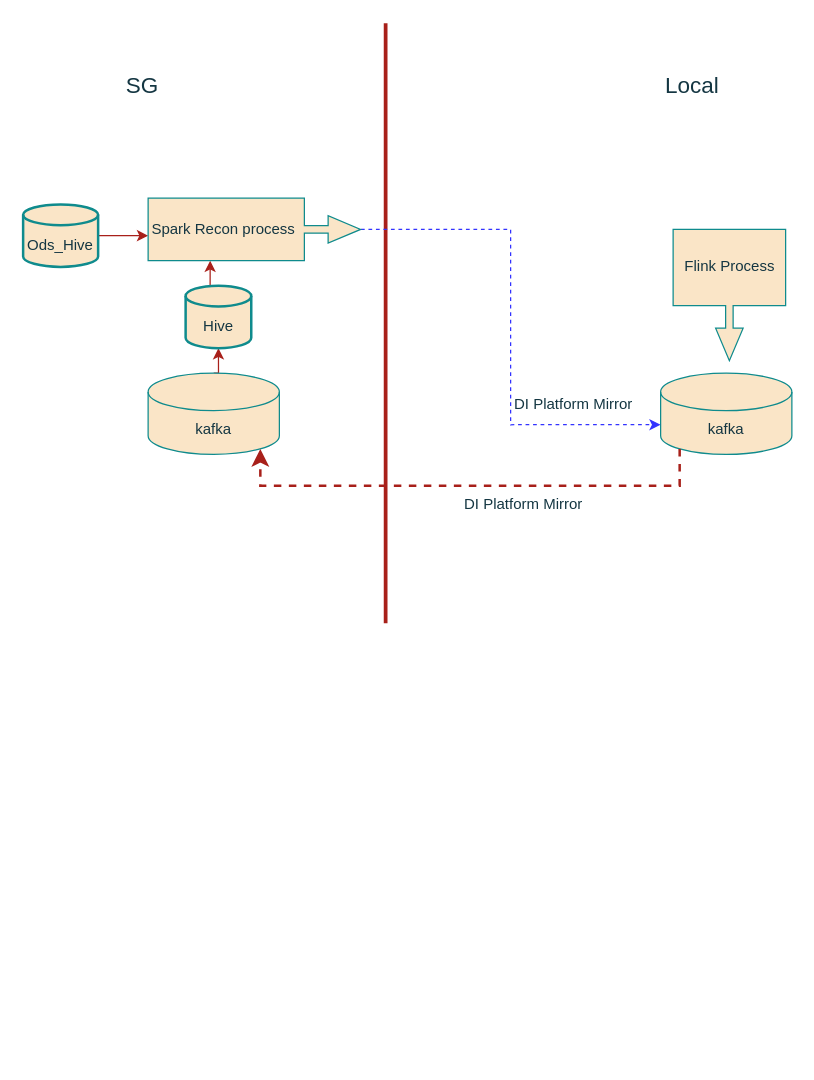
Above: 未命名绘图.drawio in LadyTao/learn (draw.io), before the change. Source tidied: cells renumbered, new cells numbered last; positions are measured from the earlier drawing's top-left corner, leaving out a move shared by most shapes. Both pictures are drawn from the tidied source at 125%, with x=0, y=0 at pixel (22, 22).
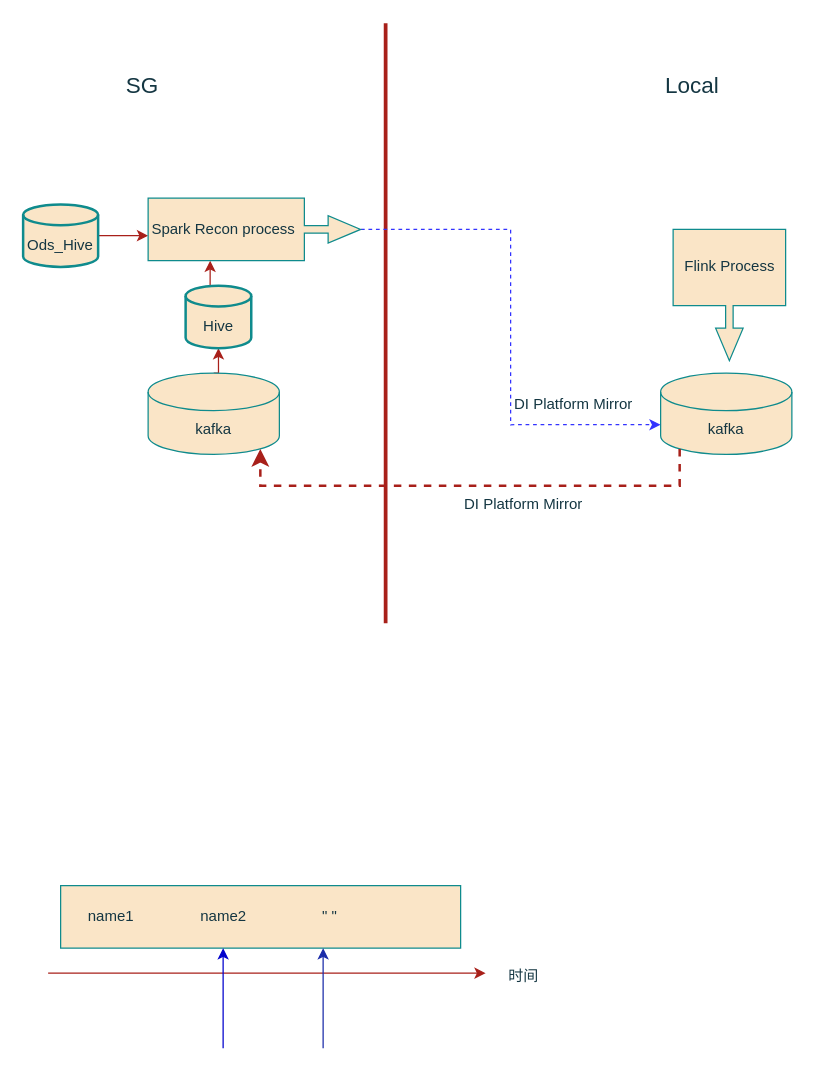
After the change.

Commit message:
更新未命名绘图.drawio

Change to the diagram source:
```diff
@@
+    <mxCell id="20" style="rounded=0;whiteSpace=wrap;html=1;strokeColor=#0F8B8D;fontColor=#143642;fillColor=#FAE5C7;" parent="1" vertex="1">
+      <mxGeometry x="30" y="690" width="320" height="50" as="geometry" />
+    </mxCell>
+    <mxCell id="21" value="name1" style="text;html=1;align=center;verticalAlign=middle;strokeColor=none;fillColor=none;fontColor=#143642;" parent="1" vertex="1">
+      <mxGeometry x="40" y="700" width="60" height="30" as="geometry" />
+    </mxCell>
+    <mxCell id="22" value="name2" style="text;html=1;align=center;verticalAlign=middle;strokeColor=none;fillColor=none;fontColor=#143642;" parent="1" vertex="1">
+      <mxGeometry x="130" y="700" width="60" height="30" as="geometry" />
+    </mxCell>
+    <mxCell id="23" value="&quot; &quot;" style="text;html=1;align=center;verticalAlign=middle;strokeColor=none;fillColor=none;fontColor=#143642;" parent="1" vertex="1">
+      <mxGeometry x="225" y="700" width="40" height="30" as="geometry" />
+    </mxCell>
+    <mxCell id="24" style="endArrow=classic;html=1;rounded=0;strokeColor=#A8201A;fontColor=#143642;fillColor=#FAE5C7;" parent="1" edge="1">
+      <mxGeometry relative="1" as="geometry">
+        <mxPoint x="20" y="760" as="sourcePoint" />
+        <mxPoint x="370" y="760" as="targetPoint" />
+      </mxGeometry>
+    </mxCell>
+    <mxCell id="25" value="时间" style="text;html=1;align=center;verticalAlign=middle;strokeColor=none;fillColor=none;fontColor=#143642;" parent="1" vertex="1">
+      <mxGeometry x="375" y="748" width="50" height="30" as="geometry" />
+    </mxCell>
+    <mxCell id="26" style="endArrow=classic;html=1;rounded=0;strokeColor=#1a2ba8;fontColor=#143642;fillColor=#FAE5C7;" parent="1" edge="1">
+      <mxGeometry relative="1" as="geometry">
+        <mxPoint x="240" y="820" as="sourcePoint" />
+        <mxPoint x="240" y="740" as="targetPoint" />
+      </mxGeometry>
+    </mxCell>
+    <mxCell id="27" style="endArrow=classic;html=1;rounded=0;strokeColor=#0000CC;fontColor=#143642;fillColor=#FAE5C7;" parent="1" edge="1">
+      <mxGeometry relative="1" as="geometry">
+        <mxPoint x="160" y="820" as="sourcePoint" />
+        <mxPoint x="160" y="740" as="targetPoint" />
+      </mxGeometry>
+    </mxCell>
```
